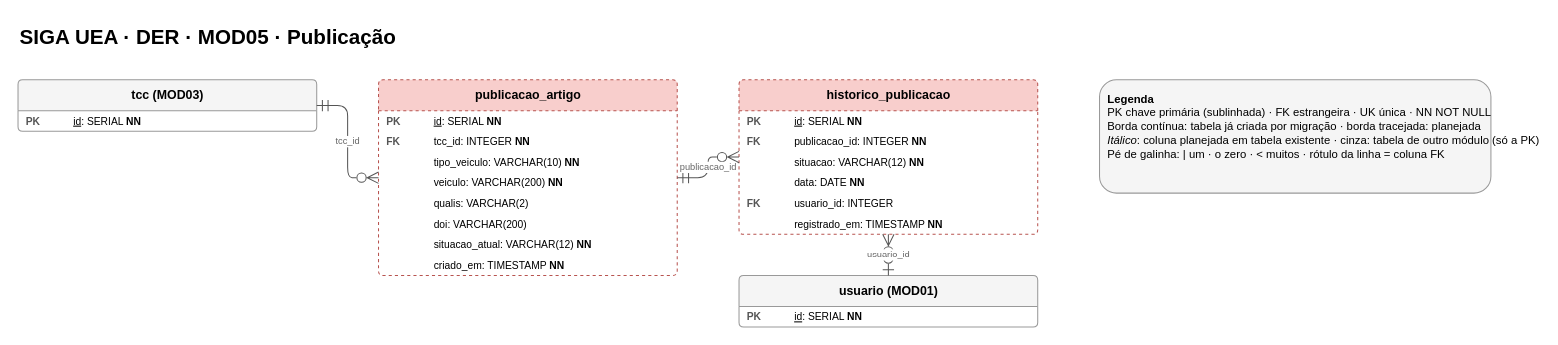
SIGA-UEA/sigauea keeps this draw.io diagram as page "MOD05 · Publicação" (5 of 5) of docs/modelagem/modelo-logico-siga-uea.drawio. Above is the earlier version. Source tidied: cells renumbered, new cells numbered last; positions are measured from the earlier drawing's top-left corner, leaving out a move shared by most shapes. Both pictures are drawn from the tidied source at 103%, with x=0, y=0 at pixel (18, 18).
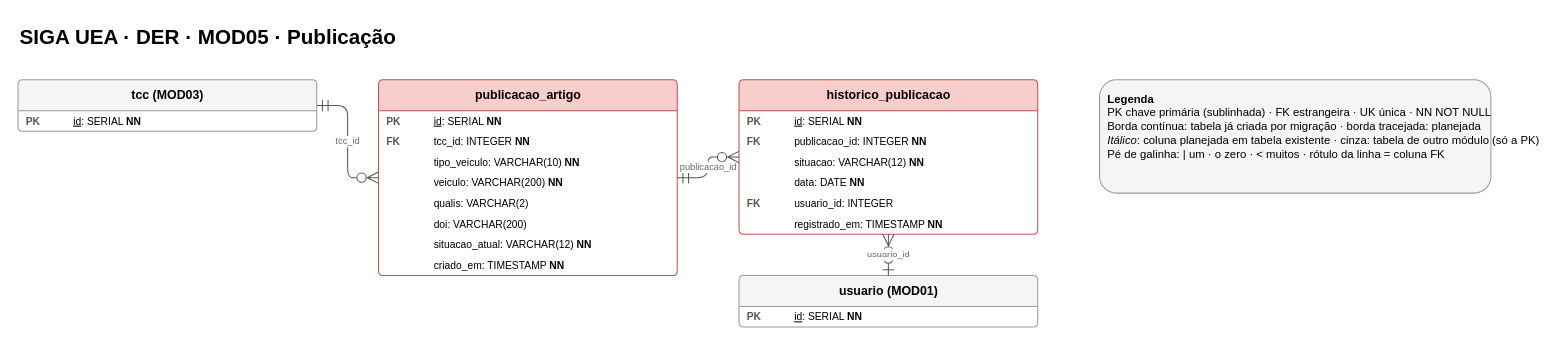
The same diagram, later.

What changed in the source:
```diff
@@
-    <mxCell id="5" value="publicacao_artigo" style="swimlane;fontStyle=1;horizontal=1;startSize=30;html=1;fillColor=#f8cecc;strokeColor=#b85450;fontSize=12;rounded=1;arcSize=5;dashed=1;" parent="1" vertex="1">
+    <mxCell id="5" value="publicacao_artigo" style="swimlane;fontStyle=1;horizontal=1;startSize=30;html=1;fillColor=#f8cecc;strokeColor=#b85450;fontSize=12;rounded=1;arcSize=5;" parent="1" vertex="1">
       <mxGeometry x="350" y="60" width="290" height="190" as="geometry" />
     </mxCell>
@@
-    <mxCell id="14" value="historico_publicacao" style="swimlane;fontStyle=1;horizontal=1;startSize=30;html=1;fillColor=#f8cecc;strokeColor=#b85450;fontSize=12;rounded=1;arcSize=5;dashed=1;" parent="1" vertex="1">
+    <mxCell id="14" value="historico_publicacao" style="swimlane;fontStyle=1;horizontal=1;startSize=30;html=1;fillColor=#f8cecc;strokeColor=#b85450;fontSize=12;rounded=1;arcSize=5;" parent="1" vertex="1">
       <mxGeometry x="700" y="60" width="290" height="150" as="geometry" />
     </mxCell>
```
